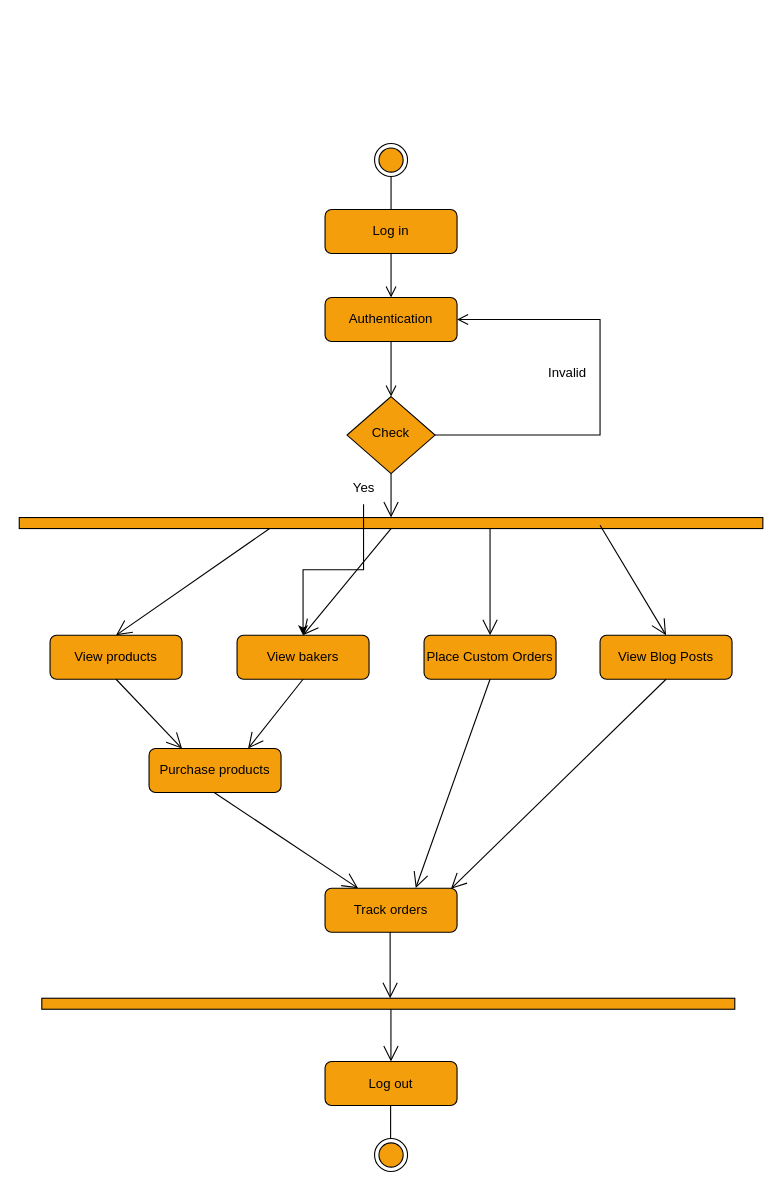
Earlier version of the draw.io diagram UML/Use Case Diagram.drawio (AnuElizaK/BakeJourney). Source tidied: cells renumbered, new cells numbered last; positions are measured from the earlier drawing's top-left corner, leaving out a move shared by most shapes. Both pictures are drawn from the tidied source at 110%, with x=0, y=0 at pixel (50, 143).
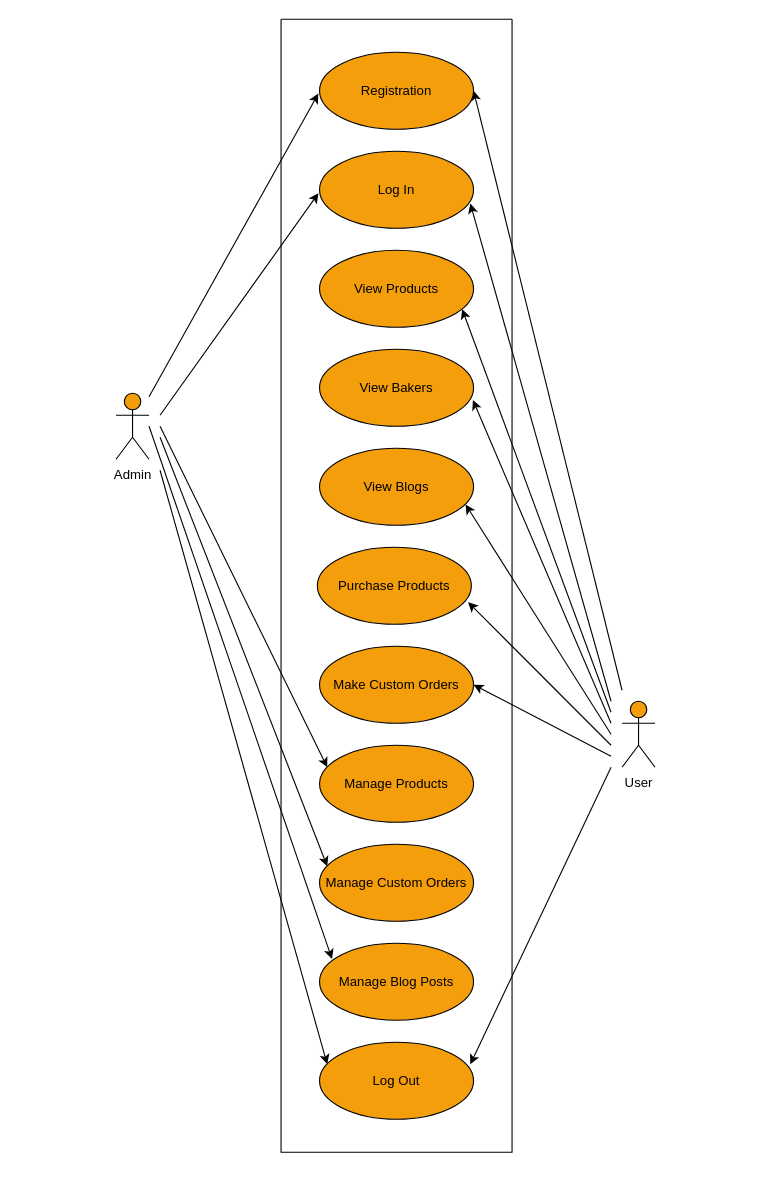
After the change.

Change to the diagram source:
```diff
@@
-    <mxCell id="2" style="rounded=0;html=1;jettySize=auto;fontSize=11;endArrow=open;endFill=0;endSize=8;strokeWidth=1;shadow=0;labelBackgroundColor=none;edgeStyle=orthogonalEdgeStyle;strokeColor=light-dark(#000000,#000000);" parent="1" edge="1" source="11" target="5">
-      <mxGeometry relative="1" as="geometry" />
-    </mxCell>
-    <mxCell id="3" value="&lt;font style=&quot;color: light-dark(rgb(0, 0, 0), rgb(0, 0, 0));&quot;&gt;Log in&lt;/font&gt;" style="rounded=1;whiteSpace=wrap;html=1;fontSize=12;glass=0;strokeWidth=1;shadow=0;fillColor=light-dark(#F59E0B,#F59E0B);strokeColor=light-dark(#000000,#000000);" parent="1" vertex="1">
-      <mxGeometry x="250" y="60" width="120" height="40" as="geometry" />
-    </mxCell>
-    <mxCell id="4" value="&lt;font style=&quot;color: light-dark(rgb(0, 0, 0), rgb(0, 0, 0)); font-size: 12px;&quot;&gt;Invalid&lt;/font&gt;" style="edgeStyle=orthogonalEdgeStyle;rounded=0;html=1;jettySize=auto;fontSize=11;endArrow=open;endFill=0;endSize=8;strokeWidth=1;shadow=0;labelBackgroundColor=none;strokeColor=light-dark(#000000,#000000);entryX=1;entryY=0.5;entryDx=0;entryDy=0;" parent="1" edge="1" source="5" target="11">
-      <mxGeometry x="0.07" y="30" relative="1" as="geometry">
-        <Array as="points">
-          <mxPoint x="500" y="265" />
-          <mxPoint x="500" y="160" />
-        </Array>
-      </mxGeometry>
-    </mxCell>
-    <mxCell id="5" value="&lt;font style=&quot;color: light-dark(rgb(0, 0, 0), rgb(0, 0, 0));&quot;&gt;Check&lt;/font&gt;" style="rhombus;whiteSpace=wrap;html=1;shadow=0;fontFamily=Helvetica;fontSize=12;align=center;strokeWidth=1;spacing=6;spacingTop=-4;fillColor=light-dark(#F59E0B,#F59E0B);strokeColor=light-dark(#000000,#000000);" parent="1" vertex="1">
-      <mxGeometry x="270" y="230" width="80" height="70" as="geometry" />
-    </mxCell>
-    <mxCell id="6" value="&lt;font style=&quot;color: light-dark(rgb(0, 0, 0), rgb(0, 0, 0));&quot;&gt;Log out&lt;/font&gt;" style="rounded=1;whiteSpace=wrap;html=1;fontSize=12;glass=0;strokeWidth=1;shadow=0;strokeColor=light-dark(#000000,#000000);fillColor=light-dark(#F59E0B,#F59E0B);" parent="1" vertex="1">
-      <mxGeometry x="250" y="834.5" width="120" height="40" as="geometry" />
-    </mxCell>
-    <mxCell id="7" style="ellipse;html=1;shape=endState;fillColor=light-dark(#F59E0B,#F59E0B);strokeColor=light-dark(#000000,#000000);" parent="1" vertex="1">
-      <mxGeometry x="295" width="30" height="30" as="geometry" />
-    </mxCell>
-    <mxCell id="8" style="endArrow=none;html=1;rounded=0;strokeColor=light-dark(#000000,#000000);entryX=0.5;entryY=1;entryDx=0;entryDy=0;exitX=0.5;exitY=0;exitDx=0;exitDy=0;" parent="1" edge="1" source="3" target="7">
-      <mxGeometry relative="1" as="geometry" />
-    </mxCell>
-    <mxCell id="9" style="ellipse;html=1;shape=endState;fillColor=light-dark(#F59E0B,#F59E0B);strokeColor=light-dark(#000000,#000000);" parent="1" vertex="1">
-      <mxGeometry x="295" y="904.5" width="30" height="30" as="geometry" />
-    </mxCell>
-    <mxCell id="10" style="rounded=0;html=1;jettySize=auto;fontSize=11;endArrow=open;endFill=0;endSize=8;strokeWidth=1;shadow=0;labelBackgroundColor=none;edgeStyle=orthogonalEdgeStyle;strokeColor=light-dark(#000000,#000000);" parent="1" edge="1" source="3" target="11">
-      <mxGeometry relative="1" as="geometry" />
-    </mxCell>
-    <mxCell id="11" value="&lt;font style=&quot;color: light-dark(rgb(0, 0, 0), rgb(0, 0, 0));&quot;&gt;Authentication&lt;/font&gt;" style="rounded=1;whiteSpace=wrap;html=1;fontSize=12;glass=0;strokeWidth=1;shadow=0;fillColor=light-dark(#F59E0B,#F59E0B);strokeColor=light-dark(#000000,#000000);" parent="1" vertex="1">
-      <mxGeometry x="250" y="140" width="120" height="40" as="geometry" />
-    </mxCell>
-    <mxCell id="12" style="html=1;points=[[0,0,0,0,5],[0,1,0,0,-5],[1,0,0,0,5],[1,1,0,0,-5]];perimeter=orthogonalPerimeter;outlineConnect=0;targetShapes=umlLifeline;portConstraint=eastwest;newEdgeStyle={&quot;curved&quot;:0,&quot;rounded&quot;:0};rotation=-90;strokeColor=light-dark(#000000,#000000);fillColor=light-dark(#F59E0B,#F59E0B);" parent="1" vertex="1">
-      <mxGeometry x="305" y="7" width="10" height="676" as="geometry" />
-    </mxCell>
-    <mxCell id="13" value="&lt;font style=&quot;color: light-dark(rgb(0, 0, 0), rgb(0, 0, 0));&quot;&gt;View products&lt;/font&gt;" style="rounded=1;whiteSpace=wrap;html=1;fontSize=12;glass=0;strokeWidth=1;shadow=0;fillColor=light-dark(#F59E0B,#F59E0B);strokeColor=light-dark(#000000,#000000);" parent="1" vertex="1">
-      <mxGeometry y="447" width="120" height="40" as="geometry" />
-    </mxCell>
-    <mxCell id="14" style="endArrow=open;endFill=1;endSize=12;html=1;rounded=0;strokeColor=light-dark(#000000,#000000);entryX=0.5;entryY=0;entryDx=0;entryDy=0;exitX=0.034;exitY=0.378;exitDx=0;exitDy=0;exitPerimeter=0;" parent="1" edge="1" target="13">
-      <mxGeometry relative="1" as="geometry">
-        <mxPoint x="200" y="349.7" as="sourcePoint" />
-      </mxGeometry>
-    </mxCell>
-    <mxCell id="15" style="endArrow=open;endFill=1;endSize=12;html=1;rounded=0;strokeColor=light-dark(#000000,#000000);entryX=0.25;entryY=0;entryDx=0;entryDy=0;" parent="1" edge="1" target="16">
-      <mxGeometry relative="1" as="geometry">
-        <mxPoint x="60" y="487" as="sourcePoint" />
-      </mxGeometry>
-    </mxCell>
-    <mxCell id="16" value="&lt;font style=&quot;color: light-dark(rgb(0, 0, 0), rgb(0, 0, 0));&quot;&gt;Purchase products&lt;/font&gt;" style="rounded=1;whiteSpace=wrap;html=1;fontSize=12;glass=0;strokeWidth=1;shadow=0;strokeColor=light-dark(#000000,#000000);fillColor=light-dark(#F59E0B,#F59E0B);" parent="1" vertex="1">
-      <mxGeometry x="90" y="550" width="120" height="40" as="geometry" />
-    </mxCell>
-    <mxCell id="17" style="html=1;points=[[0,0,0,0,5],[0,1,0,0,-5],[1,0,0,0,5],[1,1,0,0,-5]];perimeter=orthogonalPerimeter;outlineConnect=0;targetShapes=umlLifeline;portConstraint=eastwest;newEdgeStyle={&quot;curved&quot;:0,&quot;rounded&quot;:0};rotation=-90;strokeColor=light-dark(#000000,#000000);fillColor=light-dark(#F59E0B,#F59E0B);" parent="1" vertex="1">
-      <mxGeometry x="302.5" y="467" width="10" height="630" as="geometry" />
-    </mxCell>
-    <mxCell id="18" style="endArrow=open;endFill=1;endSize=12;html=1;rounded=0;exitX=0.5;exitY=1;exitDx=0;exitDy=0;strokeColor=light-dark(#000000,#000000);" parent="1" edge="1" source="5" target="12">
-      <mxGeometry relative="1" as="geometry" />
-    </mxCell>
-    <mxCell id="19" value="&lt;font style=&quot;color: light-dark(rgb(0, 0, 0), rgb(0, 0, 0));&quot;&gt;Place Custom Orders&lt;/font&gt;" style="rounded=1;whiteSpace=wrap;html=1;fontSize=12;glass=0;strokeWidth=1;shadow=0;fillColor=light-dark(#F59E0B,#F59E0B);strokeColor=light-dark(#000000,#000000);" parent="1" vertex="1">
-      <mxGeometry x="340" y="447" width="120" height="40" as="geometry" />
-    </mxCell>
-    <mxCell id="20" style="endArrow=open;endFill=1;endSize=12;html=1;rounded=0;strokeColor=light-dark(#000000,#000000);entryX=0.5;entryY=0;entryDx=0;entryDy=0;" parent="1" edge="1" source="12" target="19">
-      <mxGeometry relative="1" as="geometry" />
-    </mxCell>
-    <mxCell id="21" style="endArrow=open;endFill=1;endSize=12;html=1;rounded=0;strokeColor=light-dark(#000000,#000000);exitX=0.5;exitY=1;exitDx=0;exitDy=0;entryX=0.687;entryY=-0.004;entryDx=0;entryDy=0;entryPerimeter=0;" parent="1" edge="1" source="19" target="30">
-      <mxGeometry relative="1" as="geometry" />
-    </mxCell>
-    <mxCell id="22" style="edgeStyle=orthogonalEdgeStyle;rounded=0;jettySize=auto;html=1;" parent="1" edge="1" source="23" target="27">
-      <mxGeometry relative="1" as="geometry" />
-    </mxCell>
-    <mxCell id="23" value="&lt;font style=&quot;color: light-dark(rgb(0, 0, 0), rgb(0, 0, 0));&quot;&gt;Yes&lt;/font&gt;" style="text;html=1;align=center;verticalAlign=middle;points=[];strokeColor=none;fillColor=none;" parent="1" vertex="1">
-      <mxGeometry x="265" y="298" width="40" height="30" as="geometry" />
-    </mxCell>
-    <mxCell id="24" style="endArrow=none;html=1;rounded=0;strokeColor=light-dark(#000000,#000000);entryX=0.5;entryY=1;entryDx=0;entryDy=0;exitX=0.5;exitY=0;exitDx=0;exitDy=0;" parent="1" edge="1">
-      <mxGeometry relative="1" as="geometry">
-        <mxPoint x="309.6" y="904.5" as="sourcePoint" />
-        <mxPoint x="309.6" y="874.5" as="targetPoint" />
-      </mxGeometry>
-    </mxCell>
-    <mxCell id="25" style="endArrow=open;endFill=1;endSize=12;html=1;rounded=0;strokeColor=light-dark(#000000,#000000);entryX=0.25;entryY=0;entryDx=0;entryDy=0;exitX=0.493;exitY=0.997;exitDx=0;exitDy=0;exitPerimeter=0;" parent="1" edge="1" source="16" target="30">
-      <mxGeometry relative="1" as="geometry" />
-    </mxCell>
-    <mxCell id="26" style="endArrow=open;endFill=1;endSize=12;html=1;rounded=0;strokeColor=light-dark(#000000,#000000);" parent="1" edge="1" source="17">
-      <mxGeometry relative="1" as="geometry">
-        <mxPoint x="309.9" y="834.5" as="targetPoint" />
-      </mxGeometry>
-    </mxCell>
-    <mxCell id="27" value="&lt;font style=&quot;color: light-dark(rgb(0, 0, 0), rgb(0, 0, 0));&quot;&gt;View bakers&lt;/font&gt;" style="rounded=1;whiteSpace=wrap;html=1;fontSize=12;glass=0;strokeWidth=1;shadow=0;fillColor=light-dark(#F59E0B,#F59E0B);strokeColor=light-dark(#000000,#000000);" parent="1" vertex="1">
-      <mxGeometry x="170" y="447" width="120" height="40" as="geometry" />
-    </mxCell>
-    <mxCell id="28" style="endArrow=open;endFill=1;endSize=12;html=1;rounded=0;strokeColor=light-dark(#000000,#000000);entryX=0.5;entryY=0;entryDx=0;entryDy=0;" parent="1" edge="1" target="27">
-      <mxGeometry relative="1" as="geometry">
-        <mxPoint x="310" y="350" as="sourcePoint" />
-      </mxGeometry>
-    </mxCell>
-    <mxCell id="29" style="endArrow=open;endFill=1;endSize=12;html=1;rounded=0;strokeColor=light-dark(#000000,#000000);entryX=0.75;entryY=0;entryDx=0;entryDy=0;exitX=0.5;exitY=1;exitDx=0;exitDy=0;" parent="1" edge="1" source="27" target="16">
-      <mxGeometry relative="1" as="geometry" />
-    </mxCell>
-    <mxCell id="30" value="&lt;font style=&quot;color: light-dark(rgb(0, 0, 0), rgb(0, 0, 0));&quot;&gt;Track orders&lt;/font&gt;" style="rounded=1;whiteSpace=wrap;html=1;fontSize=12;glass=0;strokeWidth=1;shadow=0;strokeColor=light-dark(#000000,#000000);fillColor=light-dark(#F59E0B,#F59E0B);" parent="1" vertex="1">
-      <mxGeometry x="250" y="677" width="120" height="40" as="geometry" />
-    </mxCell>
-    <mxCell id="31" style="endArrow=open;endFill=1;endSize=12;html=1;rounded=0;strokeColor=light-dark(#000000,#000000);exitX=0.493;exitY=0.997;exitDx=0;exitDy=0;exitPerimeter=0;" parent="1" edge="1" source="30" target="17">
-      <mxGeometry relative="1" as="geometry" />
-    </mxCell>
-    <mxCell id="32" value="&lt;font style=&quot;color: light-dark(rgb(0, 0, 0), rgb(0, 0, 0));&quot;&gt;View Blog Posts&lt;/font&gt;" style="rounded=1;whiteSpace=wrap;html=1;fontSize=12;glass=0;strokeWidth=1;shadow=0;fillColor=light-dark(#F59E0B,#F59E0B);strokeColor=light-dark(#000000,#000000);" parent="1" vertex="1">
-      <mxGeometry x="500" y="447" width="120" height="40" as="geometry" />
-    </mxCell>
-    <mxCell id="33" style="endArrow=open;endFill=1;endSize=12;html=1;rounded=0;strokeColor=light-dark(#000000,#000000);entryX=0.5;entryY=0;entryDx=0;entryDy=0;exitX=-0.059;exitY=0.622;exitDx=0;exitDy=0;exitPerimeter=0;" parent="1" edge="1" target="32">
-      <mxGeometry relative="1" as="geometry">
-        <mxPoint x="500" y="347" as="sourcePoint" />
-      </mxGeometry>
-    </mxCell>
-    <mxCell id="34" style="endArrow=open;endFill=1;endSize=12;html=1;rounded=0;strokeColor=light-dark(#000000,#000000);exitX=0.5;exitY=1;exitDx=0;exitDy=0;entryX=0.954;entryY=0.013;entryDx=0;entryDy=0;entryPerimeter=0;" parent="1" edge="1" source="32" target="30">
-      <mxGeometry relative="1" as="geometry" />
-    </mxCell>
+    <mxCell id="35" value="&lt;font style=&quot;color: light-dark(rgb(0, 0, 0), rgb(0, 0, 0));&quot;&gt;Purchase Products&lt;/font&gt;" style="ellipse;whiteSpace=wrap;html=1;strokeColor=light-dark(#000000,#000000);fontColor=#FEFAE0;fillColor=light-dark(#F59E0B,#F59E0B);" parent="1" vertex="1">
+      <mxGeometry x="243" y="367" width="140" height="70" as="geometry" />
+    </mxCell>
+    <mxCell id="36" value="&lt;font style=&quot;color: light-dark(rgb(0, 0, 0), rgb(0, 0, 0));&quot;&gt;Admin&lt;/font&gt;" style="shape=umlActor;verticalLabelPosition=bottom;verticalAlign=top;html=1;strokeColor=light-dark(#000000,#000000);fontColor=#FEFAE0;fillColor=light-dark(#F59E0B,#F59E0B);" parent="1" vertex="1">
+      <mxGeometry x="60" y="227" width="30" height="60" as="geometry" />
+    </mxCell>
+    <mxCell id="37" value="&lt;font style=&quot;color: light-dark(rgb(0, 0, 0), rgb(0, 0, 0));&quot;&gt;User&lt;/font&gt;" style="shape=umlActor;verticalLabelPosition=bottom;verticalAlign=top;html=1;strokeColor=light-dark(#000000,#000000);fontColor=#FEFAE0;fillColor=light-dark(#F59E0B,#F59E0B);" parent="1" vertex="1">
+      <mxGeometry x="520" y="507" width="30" height="60" as="geometry" />
+    </mxCell>
+    <mxCell id="38" style="edgeStyle=none;jettySize=auto;html=1;rounded=0;strokeColor=light-dark(#000000,#000000);fontColor=#FEFAE0;fillColor=#BC6C25;entryX=-0.008;entryY=0.537;entryDx=0;entryDy=0;entryPerimeter=0;" parent="1" edge="1" source="36" target="54">
+      <mxGeometry relative="1" as="geometry" />
+    </mxCell>
+    <mxCell id="39" style="edgeStyle=none;jettySize=auto;html=1;rounded=0;strokeColor=light-dark(#000000,#000000);fontColor=#FEFAE0;fillColor=#BC6C25;entryX=-0.007;entryY=0.545;entryDx=0;entryDy=0;entryPerimeter=0;" parent="1" edge="1" target="57">
+      <mxGeometry relative="1" as="geometry">
+        <mxPoint x="100" y="247" as="sourcePoint" />
+      </mxGeometry>
+    </mxCell>
+    <mxCell id="40" style="edgeStyle=none;jettySize=auto;html=1;rounded=0;strokeColor=light-dark(#000000,#000000);fontColor=#FEFAE0;fillColor=#BC6C25;entryX=0.05;entryY=0.286;entryDx=0;entryDy=0;entryPerimeter=0;" parent="1" edge="1" target="59">
+      <mxGeometry relative="1" as="geometry">
+        <mxPoint x="100" y="257" as="sourcePoint" />
+      </mxGeometry>
+    </mxCell>
+    <mxCell id="41" style="edgeStyle=none;jettySize=auto;html=1;rounded=0;strokeColor=light-dark(#000000,#000000);fontColor=#FEFAE0;fillColor=#BC6C25;entryX=0.05;entryY=0.286;entryDx=0;entryDy=0;entryPerimeter=0;" parent="1" edge="1" target="52">
+      <mxGeometry relative="1" as="geometry">
+        <mxPoint x="100" y="267" as="sourcePoint" />
+      </mxGeometry>
+    </mxCell>
+    <mxCell id="42" style="edgeStyle=none;jettySize=auto;html=1;rounded=0;strokeColor=light-dark(#000000,#000000);fontColor=#FEFAE0;fillColor=#BC6C25;entryX=0.05;entryY=0.286;entryDx=0;entryDy=0;entryPerimeter=0;" parent="1" edge="1" target="51">
+      <mxGeometry relative="1" as="geometry">
+        <mxPoint x="100" y="297" as="sourcePoint" />
+      </mxGeometry>
+    </mxCell>
+    <mxCell id="43" style="edgeStyle=none;jettySize=auto;html=1;rounded=0;strokeColor=light-dark(#000000,#000000);fontColor=#FEFAE0;fillColor=#BC6C25;entryX=0.979;entryY=0.714;entryDx=0;entryDy=0;entryPerimeter=0;" parent="1" edge="1" target="35">
+      <mxGeometry relative="1" as="geometry">
+        <mxPoint x="510" y="547" as="sourcePoint" />
+      </mxGeometry>
+    </mxCell>
+    <mxCell id="44" style="edgeStyle=none;jettySize=auto;html=1;rounded=0;strokeColor=light-dark(#000000,#000000);fontColor=#FEFAE0;fillColor=#BC6C25;entryX=0.996;entryY=0.66;entryDx=0;entryDy=0;entryPerimeter=0;" parent="1" edge="1" target="55">
+      <mxGeometry relative="1" as="geometry">
+        <mxPoint x="510" y="527" as="sourcePoint" />
+      </mxGeometry>
+    </mxCell>
+    <mxCell id="45" style="edgeStyle=none;jettySize=auto;html=1;rounded=0;strokeColor=light-dark(#000000,#000000);fontColor=#FEFAE0;fillColor=#BC6C25;entryX=0.926;entryY=0.765;entryDx=0;entryDy=0;entryPerimeter=0;" parent="1" edge="1" target="56">
+      <mxGeometry relative="1" as="geometry">
+        <mxPoint x="510" y="517" as="sourcePoint" />
+      </mxGeometry>
+    </mxCell>
+    <mxCell id="46" style="edgeStyle=none;jettySize=auto;html=1;rounded=0;strokeColor=light-dark(#000000,#000000);fontColor=#FEFAE0;fillColor=#BC6C25;entryX=0.979;entryY=0.679;entryDx=0;entryDy=0;entryPerimeter=0;" parent="1" edge="1" target="57">
+      <mxGeometry relative="1" as="geometry">
+        <mxPoint x="510" y="507" as="sourcePoint" />
+      </mxGeometry>
+    </mxCell>
+    <mxCell id="47" style="edgeStyle=none;jettySize=auto;html=1;rounded=0;strokeColor=light-dark(#000000,#000000);fontColor=#FEFAE0;fillColor=#BC6C25;entryX=1;entryY=0.5;entryDx=0;entryDy=0;" parent="1" edge="1" target="54">
+      <mxGeometry relative="1" as="geometry">
+        <mxPoint x="520" y="497" as="sourcePoint" />
+      </mxGeometry>
+    </mxCell>
+    <mxCell id="48" style="edgeStyle=none;jettySize=auto;html=1;rounded=0;strokeColor=light-dark(#000000,#000000);fontColor=#FEFAE0;fillColor=#BC6C25;entryX=1;entryY=0.5;entryDx=0;entryDy=0;" parent="1" edge="1" target="60">
+      <mxGeometry relative="1" as="geometry">
+        <mxPoint x="510" y="557" as="sourcePoint" />
+      </mxGeometry>
+    </mxCell>
+    <mxCell id="49" style="edgeStyle=none;jettySize=auto;html=1;rounded=0;strokeColor=light-dark(#000000,#000000);fontColor=#FEFAE0;fillColor=#BC6C25;entryX=0.979;entryY=0.286;entryDx=0;entryDy=0;entryPerimeter=0;" parent="1" edge="1" target="51">
+      <mxGeometry relative="1" as="geometry">
+        <mxPoint x="510" y="567" as="sourcePoint" />
+      </mxGeometry>
+    </mxCell>
+    <mxCell id="50" style="swimlane;startSize=0;strokeColor=light-dark(#000000,#000000);fontColor=#FEFAE0;fillColor=light-dark(#000000,#FFFFFF);" parent="1" vertex="1">
+      <mxGeometry x="210" y="-113" width="210" height="1030" as="geometry" />
+    </mxCell>
+    <mxCell id="51" value="&lt;font style=&quot;color: light-dark(rgb(0, 0, 0), rgb(0, 0, 0));&quot;&gt;Log Out&lt;/font&gt;" style="ellipse;whiteSpace=wrap;html=1;strokeColor=light-dark(#000000,#000000);fontColor=#FEFAE0;fillColor=light-dark(#F59E0B,#F59E0B);" parent="50" vertex="1">
+      <mxGeometry x="35" y="930" width="140" height="70" as="geometry" />
+    </mxCell>
+    <mxCell id="52" value="&lt;font style=&quot;color: light-dark(rgb(0, 0, 0), rgb(0, 0, 0));&quot;&gt;Manage Custom Orders&lt;/font&gt;" style="ellipse;whiteSpace=wrap;html=1;strokeColor=light-dark(#000000,#000000);fontColor=#FEFAE0;fillColor=light-dark(#F59E0B,#F59E0B);" parent="50" vertex="1">
+      <mxGeometry x="35" y="750" width="140" height="70" as="geometry" />
+    </mxCell>
+    <mxCell id="53" value="&lt;font style=&quot;color: light-dark(rgb(0, 0, 0), rgb(0, 0, 0));&quot;&gt;Manage Blog Posts&lt;/font&gt;" style="ellipse;whiteSpace=wrap;html=1;strokeColor=light-dark(#000000,#000000);fontColor=#FEFAE0;fillColor=light-dark(#F59E0B,#F59E0B);" parent="50" vertex="1">
+      <mxGeometry x="35" y="840" width="140" height="70" as="geometry" />
+    </mxCell>
+    <mxCell id="54" value="&lt;font style=&quot;color: light-dark(rgb(0, 0, 0), rgb(0, 0, 0));&quot;&gt;Registration&lt;/font&gt;" style="ellipse;whiteSpace=wrap;html=1;strokeColor=light-dark(#000000,#000000);fontColor=#FEFAE0;fillColor=light-dark(#F59E0B,#F59E0B);" parent="50" vertex="1">
+      <mxGeometry x="35" y="30" width="140" height="70" as="geometry" />
+    </mxCell>
+    <mxCell id="55" value="&lt;font style=&quot;color: light-dark(rgb(0, 0, 0), rgb(0, 0, 0));&quot;&gt;View Bakers&lt;/font&gt;" style="ellipse;whiteSpace=wrap;html=1;strokeColor=light-dark(#000000,#000000);fontColor=#FEFAE0;fillColor=light-dark(#F59E0B,#F59E0B);" parent="50" vertex="1">
+      <mxGeometry x="35" y="300" width="140" height="70" as="geometry" />
+    </mxCell>
+    <mxCell id="56" value="&lt;font style=&quot;color: light-dark(rgb(0, 0, 0), rgb(0, 0, 0));&quot;&gt;View Products&lt;/font&gt;" style="ellipse;whiteSpace=wrap;html=1;strokeColor=light-dark(#000000,#000000);fontColor=#FEFAE0;fillColor=light-dark(#F59E0B,#F59E0B);" parent="50" vertex="1">
+      <mxGeometry x="35" y="210" width="140" height="70" as="geometry" />
+    </mxCell>
+    <mxCell id="57" value="&lt;font style=&quot;color: light-dark(rgb(0, 0, 0), rgb(0, 0, 0));&quot;&gt;Log In&lt;/font&gt;" style="ellipse;whiteSpace=wrap;html=1;strokeColor=light-dark(#000000,#000000);fontColor=#FEFAE0;fillColor=light-dark(#F59E0B,#F59E0B);" parent="50" vertex="1">
+      <mxGeometry x="35" y="120" width="140" height="70" as="geometry" />
+    </mxCell>
+    <mxCell id="58" value="&lt;font style=&quot;color: light-dark(rgb(0, 0, 0), rgb(0, 0, 0));&quot;&gt;View Blogs&lt;/font&gt;" style="ellipse;whiteSpace=wrap;html=1;strokeColor=light-dark(#000000,#000000);fontColor=#FEFAE0;fillColor=light-dark(#F59E0B,#F59E0B);" parent="50" vertex="1">
+      <mxGeometry x="35" y="390" width="140" height="70" as="geometry" />
+    </mxCell>
+    <mxCell id="59" value="&lt;font style=&quot;color: light-dark(rgb(0, 0, 0), rgb(0, 0, 0));&quot;&gt;Manage Products&lt;/font&gt;" style="ellipse;whiteSpace=wrap;html=1;strokeColor=light-dark(#000000,#000000);fontColor=#FEFAE0;fillColor=light-dark(#F59E0B,#F59E0B);" parent="50" vertex="1">
+      <mxGeometry x="35" y="660" width="140" height="70" as="geometry" />
+    </mxCell>
+    <mxCell id="60" value="&lt;font style=&quot;color: light-dark(rgb(0, 0, 0), rgb(0, 0, 0));&quot;&gt;Make Custom Orders&lt;/font&gt;" style="ellipse;whiteSpace=wrap;html=1;strokeColor=light-dark(#000000,#000000);fontColor=#FEFAE0;fillColor=light-dark(#F59E0B,#F59E0B);" parent="50" vertex="1">
+      <mxGeometry x="35" y="570" width="140" height="70" as="geometry" />
+    </mxCell>
+    <mxCell id="61" style="edgeStyle=none;jettySize=auto;html=1;rounded=0;strokeColor=light-dark(#000000,#000000);fontColor=#FEFAE0;fillColor=#BC6C25;entryX=0.081;entryY=0.205;entryDx=0;entryDy=0;entryPerimeter=0;" parent="1" edge="1" target="53">
+      <mxGeometry relative="1" as="geometry">
+        <mxPoint x="90" y="257" as="sourcePoint" />
+      </mxGeometry>
+    </mxCell>
+    <mxCell id="62" style="edgeStyle=none;jettySize=auto;html=1;rounded=0;strokeColor=light-dark(#000000,#000000);fontColor=#FEFAE0;fillColor=#BC6C25;entryX=0.948;entryY=0.729;entryDx=0;entryDy=0;entryPerimeter=0;" parent="1" edge="1" target="58">
+      <mxGeometry relative="1" as="geometry">
+        <mxPoint x="510" y="537" as="sourcePoint" />
+      </mxGeometry>
+    </mxCell>
```
